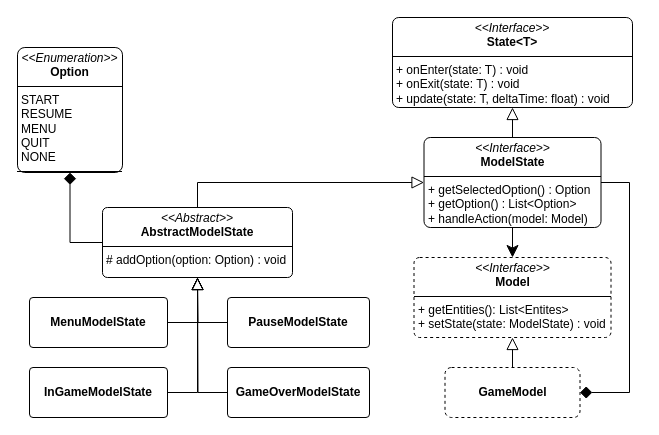
Above: report/drawio/ModelState.drawio in unibo-oop-projects/OOP24-AlessandroRebosio-FilippoRicciotti-Grace-GraziaBochdanovits-RenovateBot-coffeBreak (draw.io), before the change. Source tidied: cells renumbered, new cells numbered last; positions are measured from the earlier drawing's top-left corner, leaving out a move shared by most shapes. Both pictures are drawn from the tidied source at 100%, with x=0, y=0 at pixel (17, 17).
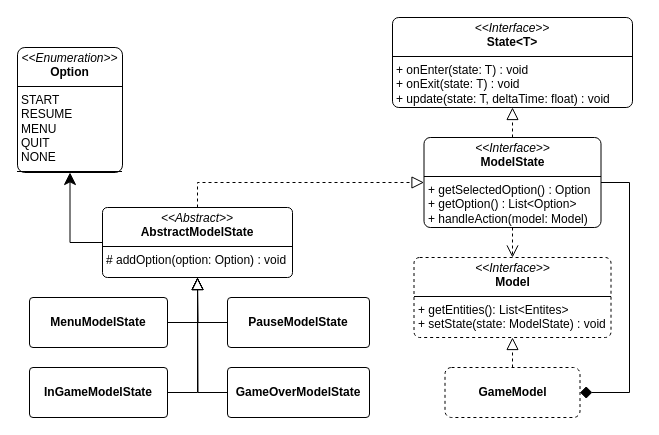
The same diagram, later.

Unchanged cells that the change refers to:
```xml
<mxCell id="2" value="&lt;p style=&quot;margin:0px;margin-top:4px;text-align:center;&quot;&gt;&lt;i&gt;&amp;lt;&amp;lt;Interface&amp;gt;&amp;gt;&lt;/i&gt;&lt;br&gt;&lt;b&gt;State&amp;lt;T&amp;gt;&lt;/b&gt;&lt;/p&gt;&lt;hr size=&quot;1&quot; style=&quot;border-style:solid;&quot;&gt;&lt;p style=&quot;margin:0px;margin-left:4px;&quot;&gt;+ onEnter(state: T) : void&lt;/p&gt;&lt;p style=&quot;margin:0px;margin-left:4px;&quot;&gt;+ onExit(state: T) : void&lt;/p&gt;&lt;p style=&quot;margin:0px;margin-left:4px;&quot;&gt;+ update(state: T, deltaTime: float) : void&lt;/p&gt;" style="verticalAlign=top;align=left;overflow=fill;html=1;whiteSpace=wrap;rounded=1;arcSize=7;" parent="1" vertex="1">
  <mxGeometry x="375" width="240" height="90" as="geometry" />
</mxCell>
<mxCell id="6" value="&lt;p style=&quot;margin:0px;margin-top:4px;text-align:center;&quot;&gt;&lt;i&gt;&amp;lt;&amp;lt;Interface&amp;gt;&amp;gt;&lt;/i&gt;&lt;br&gt;&lt;b&gt;ModelState&lt;/b&gt;&lt;/p&gt;&lt;hr size=&quot;1&quot; style=&quot;border-style:solid;&quot;&gt;&lt;p style=&quot;margin:0px;margin-left:4px;&quot;&gt;+ getSelectedOption() : Option&lt;/p&gt;&lt;p style=&quot;margin:0px;margin-left:4px;&quot;&gt;+ getOption() : List&amp;lt;Option&amp;gt;&lt;/p&gt;&lt;p style=&quot;margin:0px;margin-left:4px;&quot;&gt;+ handleAction(model: Model)&lt;/p&gt;" style="verticalAlign=top;align=left;overflow=fill;html=1;whiteSpace=wrap;rounded=1;arcSize=7;" parent="1" vertex="1">
  <mxGeometry x="406.5" y="120" width="177" height="90" as="geometry" />
</mxCell>
<mxCell id="7" value="&lt;p style=&quot;margin:0px;margin-top:4px;text-align:center;&quot;&gt;&lt;i&gt;&amp;lt;&amp;lt;Interface&amp;gt;&amp;gt;&lt;/i&gt;&lt;br&gt;&lt;b&gt;Model&lt;/b&gt;&lt;/p&gt;&lt;hr size=&quot;1&quot; style=&quot;border-style:solid;&quot;&gt;&lt;p style=&quot;margin:0px;margin-left:4px;&quot;&gt;+ getEntities(): List&amp;lt;Entites&amp;gt;&lt;br&gt;&lt;/p&gt;&lt;p style=&quot;margin:0px;margin-left:4px;&quot;&gt;+ setState(state: ModelState) : void&lt;/p&gt;" style="verticalAlign=top;align=left;overflow=fill;html=1;whiteSpace=wrap;rounded=1;arcSize=7;dashed=1;" parent="1" vertex="1">
  <mxGeometry x="396.5" y="240" width="197" height="80" as="geometry" />
</mxCell>
<mxCell id="9" value="&lt;p style=&quot;margin:0px;margin-top:4px;text-align:center;&quot;&gt;&lt;br&gt;&lt;b&gt;GameModel&lt;/b&gt;&lt;/p&gt;&lt;p style=&quot;margin:0px;margin-top:4px;text-align:center;&quot;&gt;&lt;b&gt;&lt;br&gt;&lt;/b&gt;&lt;/p&gt;" style="verticalAlign=top;align=left;overflow=fill;html=1;whiteSpace=wrap;rounded=1;arcSize=13;dashed=1;" parent="1" vertex="1">
  <mxGeometry x="427.5" y="350" width="135" height="50" as="geometry" />
</mxCell>
<mxCell id="12" value="&lt;p style=&quot;margin:0px;margin-top:4px;text-align:center;&quot;&gt;&lt;i&gt;&amp;lt;&amp;lt;Abstract&amp;gt;&amp;gt;&lt;/i&gt;&lt;br&gt;&lt;b&gt;AbstractModelState&lt;/b&gt;&lt;/p&gt;&lt;hr size=&quot;1&quot; style=&quot;border-style:solid;&quot;&gt;&lt;p style=&quot;margin:0px;margin-left:4px;&quot;&gt;# addOption(option: Option) : void&lt;/p&gt;" style="verticalAlign=top;align=left;overflow=fill;html=1;whiteSpace=wrap;rounded=1;arcSize=7;" parent="1" vertex="1">
  <mxGeometry x="85" y="190" width="190" height="70" as="geometry" />
</mxCell>
<mxCell id="21" value="&lt;p style=&quot;margin:0px;margin-top:4px;text-align:center;&quot;&gt;&lt;i&gt;&amp;lt;&amp;lt;Enumeration&amp;gt;&amp;gt;&lt;/i&gt;&lt;br&gt;&lt;b&gt;Option&lt;/b&gt;&lt;/p&gt;&lt;hr size=&quot;1&quot; style=&quot;border-style:solid;&quot;&gt;&lt;p style=&quot;margin:0px;margin-left:4px;&quot;&gt;START&lt;/p&gt;&lt;p style=&quot;margin:0px;margin-left:4px;&quot;&gt;RESUME&lt;/p&gt;&lt;p style=&quot;margin:0px;margin-left:4px;&quot;&gt;MENU&lt;/p&gt;&lt;p style=&quot;margin:0px;margin-left:4px;&quot;&gt;QUIT&lt;/p&gt;&lt;p style=&quot;margin:0px;margin-left:4px;&quot;&gt;NONE&lt;/p&gt;&lt;hr size=&quot;1&quot; style=&quot;border-style:solid;&quot;&gt;&lt;p style=&quot;margin:0px;margin-left:4px;&quot;&gt;&lt;br&gt;&lt;/p&gt;" style="verticalAlign=top;align=left;overflow=fill;html=1;whiteSpace=wrap;rounded=1;arcSize=7;" parent="1" vertex="1">
  <mxGeometry y="30" width="105" height="125" as="geometry" />
</mxCell>
```

Diff of the diagram source:
```diff
@@
-    <mxCell id="3" style="edgeStyle=orthogonalEdgeStyle;rounded=0;jettySize=auto;html=1;exitX=0.5;exitY=0;exitDx=0;exitDy=0;entryX=0.5;entryY=1;entryDx=0;entryDy=0;endArrow=block;endFill=0;endSize=10;" parent="1" edge="1" source="6" target="2">
+    <mxCell id="3" style="edgeStyle=orthogonalEdgeStyle;rounded=0;jettySize=auto;html=1;exitX=0.5;exitY=0;exitDx=0;exitDy=0;entryX=0.5;entryY=1;entryDx=0;entryDy=0;endArrow=block;endFill=0;endSize=10;dashed=1;" parent="1" edge="1" source="6" target="2">
       <mxGeometry relative="1" as="geometry" />
     </mxCell>
-    <mxCell id="4" style="edgeStyle=orthogonalEdgeStyle;rounded=0;jettySize=auto;html=1;exitX=0.5;exitY=1;exitDx=0;exitDy=0;entryX=0.5;entryY=0;entryDx=0;entryDy=0;endSize=10;" parent="1" edge="1" source="6" target="7">
-      <mxGeometry relative="1" as="geometry" />
+    <mxCell id="4" style="edgeStyle=orthogonalEdgeStyle;rounded=0;jettySize=auto;html=1;exitX=0.5;exitY=1;exitDx=0;exitDy=0;endSize=10;endArrow=open;endFill=0;dashed=1;" parent="1" edge="1" source="6">
+      <mxGeometry relative="1" as="geometry">
+        <mxPoint x="495" y="240" as="targetPoint" />
+      </mxGeometry>
     </mxCell>
@@
-    <mxCell id="8" style="edgeStyle=orthogonalEdgeStyle;rounded=0;jettySize=auto;html=1;exitX=0.5;exitY=0;exitDx=0;exitDy=0;entryX=0.5;entryY=1;entryDx=0;entryDy=0;endArrow=block;endFill=0;endSize=10;" parent="1" edge="1" source="9" target="7">
+    <mxCell id="8" style="edgeStyle=orthogonalEdgeStyle;rounded=0;jettySize=auto;html=1;exitX=0.5;exitY=0;exitDx=0;exitDy=0;entryX=0.5;entryY=1;entryDx=0;entryDy=0;endArrow=block;endFill=0;endSize=10;dashed=1;" parent="1" edge="1" source="9" target="7">
       <mxGeometry relative="1" as="geometry" />
     </mxCell>
@@
-    <mxCell id="10" style="edgeStyle=orthogonalEdgeStyle;rounded=0;jettySize=auto;html=1;exitX=0.5;exitY=0;exitDx=0;exitDy=0;entryX=0;entryY=0.5;entryDx=0;entryDy=0;endSize=10;endArrow=block;endFill=0;" parent="1" edge="1" source="12" target="6">
+    <mxCell id="10" style="edgeStyle=orthogonalEdgeStyle;rounded=0;jettySize=auto;html=1;exitX=0.5;exitY=0;exitDx=0;exitDy=0;entryX=0;entryY=0.5;entryDx=0;entryDy=0;endSize=10;endArrow=block;endFill=0;dashed=1;" parent="1" edge="1" source="12" target="6">
       <mxGeometry relative="1" as="geometry" />
     </mxCell>
-    <mxCell id="11" style="edgeStyle=orthogonalEdgeStyle;rounded=0;jettySize=auto;html=1;exitX=0;exitY=0.5;exitDx=0;exitDy=0;entryX=0.5;entryY=1;entryDx=0;entryDy=0;endArrow=diamond;endFill=1;endSize=10;" parent="1" edge="1" source="12" target="21">
+    <mxCell id="11" style="edgeStyle=orthogonalEdgeStyle;rounded=0;jettySize=auto;html=1;exitX=0;exitY=0.5;exitDx=0;exitDy=0;entryX=0.5;entryY=1;entryDx=0;entryDy=0;endArrow=classic;endFill=1;endSize=10;" parent="1" edge="1" source="12" target="21">
       <mxGeometry relative="1" as="geometry" />
     </mxCell>
```
